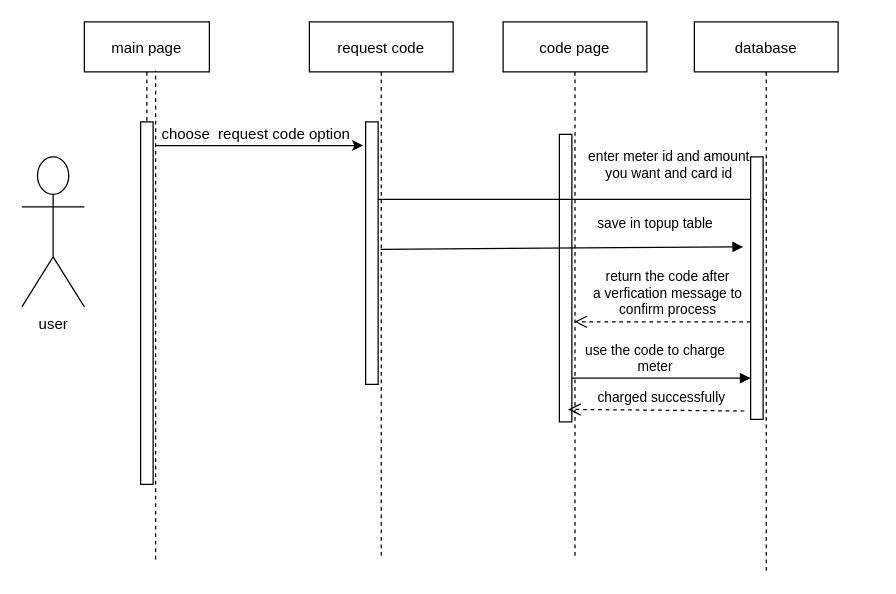
Before: seqtrans.drawio in shamaabuhassan/Charts, a draw.io diagram. Source tidied: cells renumbered, new cells numbered last; positions are measured from the earlier drawing's top-left corner, leaving out a move shared by most shapes. Both pictures are drawn from the tidied source at 125%, with x=0, y=0 at pixel (21, 21).
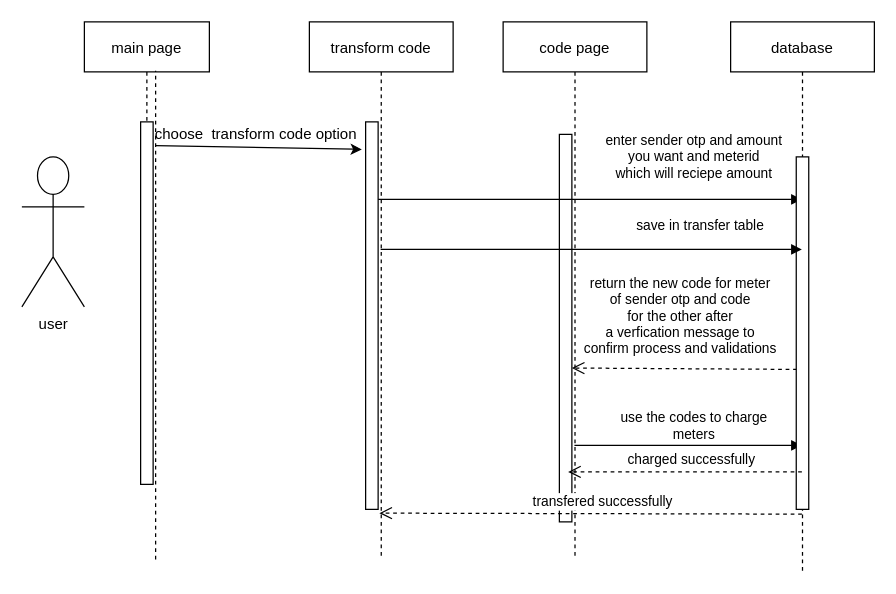
The same diagram, later.

Unchanged cells that the change refers to:
```xml
<mxCell id="7" value="code page" style="shape=umlLifeline;perimeter=lifelinePerimeter;rounded=0;shadow=0;strokeWidth=1;" parent="1" vertex="1">
  <mxGeometry x="385" width="115" height="430" as="geometry" />
</mxCell>
```

The edit, as a diff of the source:
```diff
@@
-    <mxCell id="4" value="request code" style="shape=umlLifeline;perimeter=lifelinePerimeter;rounded=0;shadow=0;strokeWidth=1;" parent="1" vertex="1">
+    <mxCell id="4" value="transform code" style="shape=umlLifeline;perimeter=lifelinePerimeter;rounded=0;shadow=0;strokeWidth=1;" parent="1" vertex="1">
       <mxGeometry x="230" width="115" height="430" as="geometry" />
     </mxCell>
     <mxCell id="5" style="points=[];perimeter=orthogonalPerimeter;rounded=0;shadow=0;strokeWidth=1;" parent="4" vertex="1">
-      <mxGeometry x="45" y="80" width="10" height="210" as="geometry" />
+      <mxGeometry x="45" y="80" width="10" height="310" as="geometry" />
     </mxCell>
@@
     <mxCell id="8" style="perimeter=orthogonalPerimeter;rounded=0;shadow=0;strokeWidth=1;" parent="7" vertex="1">
-      <mxGeometry x="45" y="90" width="10" height="230" as="geometry" />
+      <mxGeometry x="45" y="90" width="10" height="310" as="geometry" />
     </mxCell>
-    <mxCell id="9" value="enter meter id and amount&#10;you want and card id" style="verticalAlign=bottom;endArrow=block;shadow=0;strokeWidth=1;" parent="1" edge="1" target="12">
-      <mxGeometry x="0.5" y="12" relative="1" as="geometry">
+    <mxCell id="9" value="enter sender otp and amount&#10;you want and meterid&#10;which will reciepe amount" style="verticalAlign=bottom;endArrow=block;shadow=0;strokeWidth=1;" parent="1" edge="1" target="12">
+      <mxGeometry x="0.49" y="12" relative="1" as="geometry">
         <mxPoint x="285" y="142" as="sourcePoint" />
       </mxGeometry>
     </mxCell>
-    <mxCell id="10" value="return the code after &#10;a verfication message to &#10;confirm process" style="verticalAlign=bottom;endArrow=open;dashed=1;endSize=8;shadow=0;strokeWidth=1;entryX=0.496;entryY=0.558;entryDx=0;entryDy=0;entryPerimeter=0;exitX=0;exitY=0.629;exitDx=0;exitDy=0;exitPerimeter=0;" parent="1" edge="1" source="13" target="7">
-      <mxGeometry x="-0.06" y="-1" relative="1" as="geometry" />
+    <mxCell id="10" value="return the new code for meter&#10;of sender otp and code &#10;for the other after&#10;a verfication message to &#10;confirm process and validations" style="verticalAlign=bottom;endArrow=open;dashed=1;endSize=8;shadow=0;strokeWidth=1;entryX=0.478;entryY=0.644;entryDx=0;entryDy=0;entryPerimeter=0;exitX=0.05;exitY=0.603;exitDx=0;exitDy=0;exitPerimeter=0;" parent="1" edge="1" source="13" target="7">
+      <mxGeometry x="0.03" y="-7" relative="1" as="geometry" />
     </mxCell>
-    <mxCell id="11" value="use the code to charge&#10;meter" style="verticalAlign=bottom;endArrow=block;shadow=0;strokeWidth=1;entryX=0;entryY=0.843;entryDx=0;entryDy=0;entryPerimeter=0;" parent="1" edge="1" target="13">
-      <mxGeometry x="-0.06" relative="1" as="geometry">
-        <mxPoint x="440" y="285" as="sourcePoint" />
-      </mxGeometry>
+    <mxCell id="11" value="use the codes to charge&#10;meters" style="verticalAlign=bottom;endArrow=block;shadow=0;strokeWidth=1;exitX=0.496;exitY=0.788;exitDx=0;exitDy=0;exitPerimeter=0;" parent="1" edge="1" source="7" target="12">
+      <mxGeometry x="0.06" relative="1" as="geometry" />
     </mxCell>
     <mxCell id="12" value="database" style="shape=umlLifeline;perimeter=lifelinePerimeter;rounded=0;shadow=0;strokeWidth=1;" parent="1" vertex="1">
-      <mxGeometry x="538" width="115" height="440" as="geometry" />
+      <mxGeometry x="567" width="115" height="440" as="geometry" />
     </mxCell>
     <mxCell id="13" style="points=[];perimeter=orthogonalPerimeter;rounded=0;shadow=0;strokeWidth=1;" parent="12" vertex="1">
-      <mxGeometry x="45" y="108" width="10" height="210" as="geometry" />
+      <mxGeometry x="52.5" y="108" width="10" height="282" as="geometry" />
     </mxCell>
@@
-    <mxCell id="15" style="endArrow=classic;html=1;entryX=-0.2;entryY=0.09;entryDx=0;entryDy=0;entryPerimeter=0;" parent="1" edge="1" target="5">
+    <mxCell id="15" style="endArrow=classic;html=1;entryX=0.972;entryY=1.1;entryDx=0;entryDy=0;entryPerimeter=0;" parent="1" edge="1" target="16">
       <mxGeometry relative="1" as="geometry">
         <mxPoint x="107" y="99" as="sourcePoint" />
       </mxGeometry>
     </mxCell>
-    <mxCell id="16" value="choose&amp;nbsp; request code option" style="text;html=1;align=center;verticalAlign=middle;points=[];" parent="1" vertex="1">
-      <mxGeometry x="102" y="80" width="170" height="20" as="geometry" />
+    <mxCell id="16" value="choose&amp;nbsp; transform code option" style="text;html=1;align=center;verticalAlign=middle;points=[];" parent="1" vertex="1">
+      <mxGeometry x="97" y="80" width="180" height="20" as="geometry" />
     </mxCell>
-    <mxCell id="17" value="save in topup table" style="verticalAlign=bottom;endArrow=block;shadow=0;strokeWidth=1;" parent="1" edge="1">
+    <mxCell id="17" value="save in transfer table" style="verticalAlign=bottom;endArrow=block;shadow=0;strokeWidth=1;" parent="1" edge="1" target="12">
       <mxGeometry x="0.52" y="10" relative="1" as="geometry">
         <mxPoint x="287" y="182" as="sourcePoint" />
-        <mxPoint x="577" y="180" as="targetPoint" />
       </mxGeometry>
     </mxCell>
-    <mxCell id="18" value="charged successfully" style="verticalAlign=bottom;endArrow=open;dashed=1;endSize=8;shadow=0;strokeWidth=1;entryX=0.496;entryY=0.448;entryDx=0;entryDy=0;entryPerimeter=0;exitX=0;exitY=0.629;exitDx=0;exitDy=0;exitPerimeter=0;" parent="1" edge="1">
+    <mxCell id="18" value="charged successfully" style="verticalAlign=bottom;endArrow=open;dashed=1;endSize=8;shadow=0;strokeWidth=1;entryX=0.496;entryY=0.448;entryDx=0;entryDy=0;entryPerimeter=0;" parent="1" edge="1" source="12">
       <mxGeometry x="-0.06" y="-1" relative="1" as="geometry">
-        <mxPoint x="578" y="311.3" as="sourcePoint" />
-        <mxPoint x="437" y="310" as="targetPoint" />
+        <mxPoint x="437" y="360" as="targetPoint" />
       </mxGeometry>
     </mxCell>
+    <mxCell id="19" value="transfered successfully" style="verticalAlign=bottom;endArrow=open;dashed=1;endSize=8;shadow=0;strokeWidth=1;exitX=0.496;exitY=0.895;exitDx=0;exitDy=0;exitPerimeter=0;entryX=0.487;entryY=0.914;entryDx=0;entryDy=0;entryPerimeter=0;" parent="1" edge="1" source="12" target="4">
+      <mxGeometry x="-0.06" y="-1" relative="1" as="geometry" />
+    </mxCell>
```
